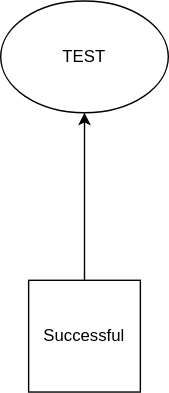
The draw.io diagram Untitled Diagram.drawio.svg in abhinavrana101/Notes, before a commit. Source tidied: cells renumbered, new cells last; positions are measured from the earlier drawing's top-left corner, leaving out a move shared by most shapes.
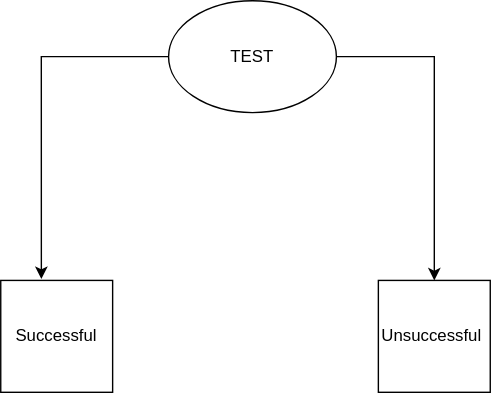
After the commit.

The edit, as a diff of the source:
```diff
@@ -2,14 +2,20 @@
   <root>
     <mxCell id="0" />
     <mxCell id="1" parent="0" />
+    <mxCell id="5" style="edgeStyle=orthogonalEdgeStyle;rounded=0;jettySize=auto;html=1;entryX=0.5;entryY=0;entryDx=0;entryDy=0;" parent="1" edge="1" source="2" target="7">
+      <mxGeometry relative="1" as="geometry" />
+    </mxCell>
+    <mxCell id="6" style="edgeStyle=orthogonalEdgeStyle;rounded=0;jettySize=auto;html=1;entryX=0.363;entryY=-0.012;entryDx=0;entryDy=0;entryPerimeter=0;" parent="1" edge="1" source="2" target="4">
+      <mxGeometry relative="1" as="geometry" />
+    </mxCell>
     <mxCell id="2" value="TEST" style="ellipse;whiteSpace=wrap;html=1;" parent="1" vertex="1">
       <mxGeometry width="120" height="80" as="geometry" />
     </mxCell>
-    <mxCell id="3" style="edgeStyle=orthogonalEdgeStyle;rounded=0;jettySize=auto;html=1;exitX=0.5;exitY=0;exitDx=0;exitDy=0;entryX=0.5;entryY=1;entryDx=0;entryDy=0;" parent="1" edge="1" source="4" target="2">
-      <mxGeometry relative="1" as="geometry" />
-    </mxCell>
     <mxCell id="4" value="Successful" style="whiteSpace=wrap;html=1;" parent="1" vertex="1">
-      <mxGeometry x="20" y="200" width="80" height="80" as="geometry" />
+      <mxGeometry x="-120" y="200" width="80" height="80" as="geometry" />
     </mxCell>
+    <mxCell id="7" value="Unsuccessful&amp;nbsp;" style="whiteSpace=wrap;html=1;" parent="1" vertex="1">
+      <mxGeometry x="150" y="200" width="80" height="80" as="geometry" />
+    </mxCell>
   </root>
 </mxGraphModel>
```
